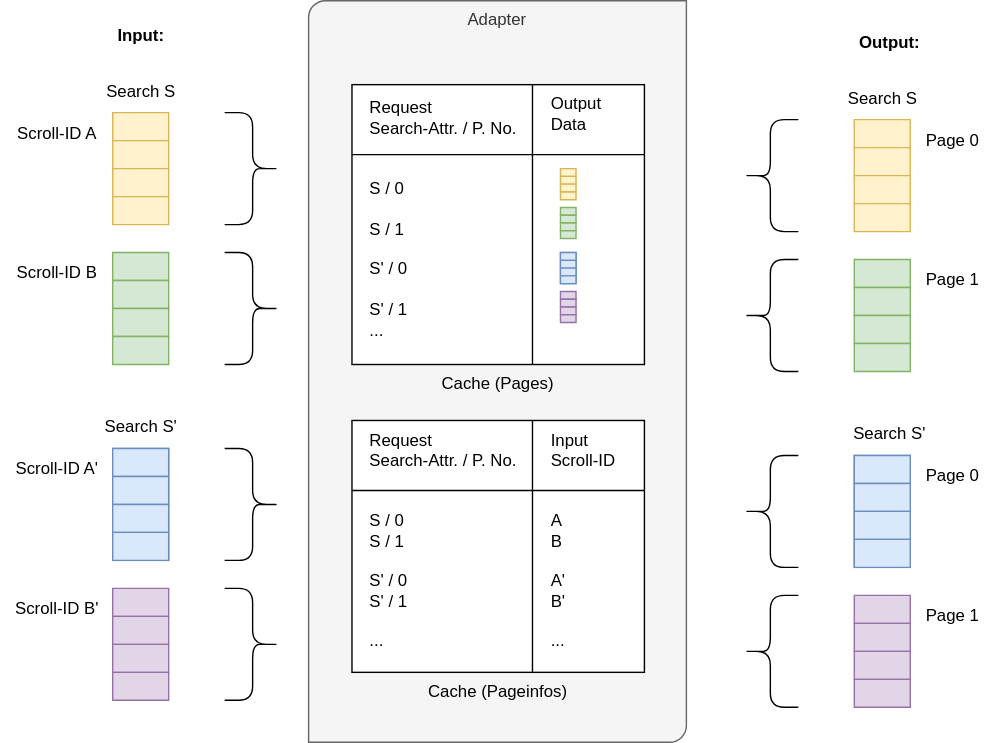
Earlier version of the draw.io export images/ScrollIdToPagingWithCache.svg (cwahlmann/searchadapter). Source tidied: cells renumbered, new cells last; positions are measured from the earlier drawing's top-left corner, leaving out a move shared by most shapes.
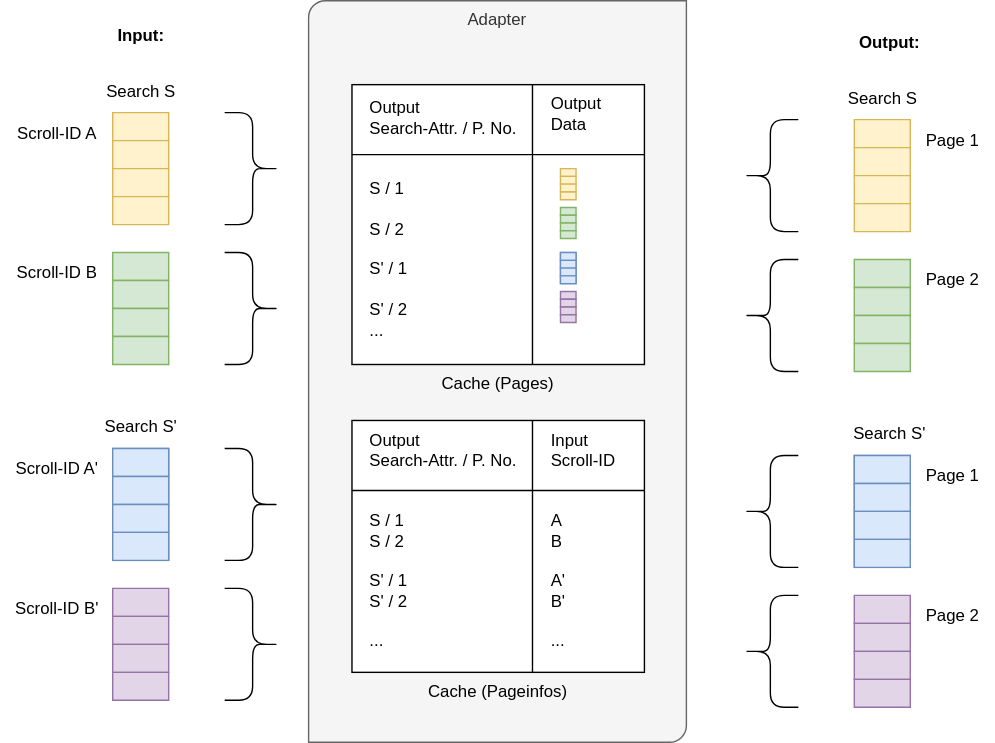
The same file after the commit.

What changed in the source:
```diff
@@ -5,7 +5,7 @@
     <mxCell id="2" value="Scroll-ID A" style="text;html=1;align=center;verticalAlign=middle;strokeColor=none;fillColor=none;" parent="1" vertex="1">
       <mxGeometry y="80" width="80" height="30" as="geometry" />
     </mxCell>
-    <mxCell id="3" value="Page 0" style="text;html=1;align=center;verticalAlign=middle;strokeColor=none;fillColor=none;" parent="1" vertex="1">
+    <mxCell id="3" value="Page 1" style="text;html=1;align=center;verticalAlign=middle;strokeColor=none;fillColor=none;" parent="1" vertex="1">
       <mxGeometry x="650" y="85" width="60" height="30" as="geometry" />
     </mxCell>
     <mxCell id="4" value="Adapter" style="verticalLabelPosition=middle;verticalAlign=top;html=1;shape=mxgraph.basic.diag_round_rect;dx=6;whiteSpace=wrap;labelPosition=center;align=center;fillColor=#f5f5f5;fontColor=#333333;strokeColor=#666666;" parent="1" vertex="1">
@@ -29,7 +29,7 @@
     <mxCell id="10" value="Scroll-ID B" style="text;html=1;align=center;verticalAlign=middle;strokeColor=none;fillColor=none;" parent="1" vertex="1">
       <mxGeometry y="180" width="80" height="30" as="geometry" />
     </mxCell>
-    <mxCell id="11" value="Page 1" style="text;html=1;align=center;verticalAlign=middle;strokeColor=none;fillColor=none;" parent="1" vertex="1">
+    <mxCell id="11" value="Page 2" style="text;html=1;align=center;verticalAlign=middle;strokeColor=none;fillColor=none;" parent="1" vertex="1">
       <mxGeometry x="650" y="185" width="60" height="30" as="geometry" />
     </mxCell>
     <mxCell id="12" style="shape=curlyBracket;whiteSpace=wrap;html=1;rounded=1;flipH=1;labelPosition=right;verticalLabelPosition=middle;align=left;verticalAlign=middle;rotation=-180;" parent="1" vertex="1">
@@ -125,13 +125,13 @@
     <mxCell id="42" style="verticalLabelPosition=middle;verticalAlign=middle;html=1;shape=mxgraph.basic.rect;fillColor2=none;strokeWidth=1;size=20;indent=5;labelPosition=center;align=center;fillColor=#e1d5e7;strokeColor=#9673a6;" parent="1" vertex="1">
       <mxGeometry x="610" y="485" width="40" height="20" as="geometry" />
     </mxCell>
-    <mxCell id="43" value="Page 0" style="text;html=1;align=center;verticalAlign=middle;strokeColor=none;fillColor=none;" parent="1" vertex="1">
+    <mxCell id="43" value="Page 1" style="text;html=1;align=center;verticalAlign=middle;strokeColor=none;fillColor=none;" parent="1" vertex="1">
       <mxGeometry x="650" y="325" width="60" height="30" as="geometry" />
     </mxCell>
     <mxCell id="44" style="shape=curlyBracket;whiteSpace=wrap;html=1;rounded=1;flipH=1;labelPosition=right;verticalLabelPosition=middle;align=left;verticalAlign=middle;rotation=-180;" parent="1" vertex="1">
       <mxGeometry x="530" y="325" width="40" height="80" as="geometry" />
     </mxCell>
-    <mxCell id="45" value="Page 1" style="text;html=1;align=center;verticalAlign=middle;strokeColor=none;fillColor=none;" parent="1" vertex="1">
+    <mxCell id="45" value="Page 2" style="text;html=1;align=center;verticalAlign=middle;strokeColor=none;fillColor=none;" parent="1" vertex="1">
       <mxGeometry x="650" y="425" width="60" height="30" as="geometry" />
     </mxCell>
     <mxCell id="46" style="shape=curlyBracket;whiteSpace=wrap;html=1;rounded=1;flipH=1;labelPosition=right;verticalLabelPosition=middle;align=left;verticalAlign=middle;rotation=-180;" parent="1" vertex="1">
@@ -194,7 +194,7 @@
     <mxCell id="65" value="Cache (Pageinfos)" style="shape=internalStorage;whiteSpace=wrap;html=1;backgroundOutline=1;labelPosition=center;verticalLabelPosition=bottom;align=center;verticalAlign=top;dx=129;dy=50;" parent="64" vertex="1">
       <mxGeometry width="209" height="180" as="geometry" />
     </mxCell>
-    <mxCell id="66" value="&lt;div style=&quot;text-align: left;&quot;&gt;&lt;br&gt;&lt;/div&gt;&lt;font style=&quot;font-size: 12px;&quot;&gt;&lt;div style=&quot;text-align: left;&quot;&gt;Request&lt;/div&gt;&lt;div style=&quot;text-align: left;&quot;&gt;Search-Attr. / P. No.&lt;/div&gt;&lt;div style=&quot;text-align: left;&quot;&gt;&lt;br&gt;&lt;/div&gt;&lt;div style=&quot;text-align: left;&quot;&gt;&lt;span style=&quot;background-color: initial;&quot;&gt;&lt;br&gt;&lt;/span&gt;&lt;/div&gt;&lt;div style=&quot;text-align: left;&quot;&gt;&lt;span style=&quot;background-color: initial;&quot;&gt;S / 0&lt;/span&gt;&lt;/div&gt;&lt;div style=&quot;text-align: left;&quot;&gt;&lt;span style=&quot;background-color: initial;&quot;&gt;S / 1&lt;/span&gt;&lt;/div&gt;&lt;div style=&quot;text-align: left;&quot;&gt;&lt;br&gt;&lt;/div&gt;&lt;div style=&quot;text-align: left;&quot;&gt;&lt;div&gt;&lt;span style=&quot;background-color: initial;&quot;&gt;S' / 0&lt;/span&gt;&lt;/div&gt;&lt;div&gt;&lt;span style=&quot;background-color: initial;&quot;&gt;S' / 1&lt;/span&gt;&lt;/div&gt;&lt;div&gt;&lt;br&gt;&lt;/div&gt;&lt;div&gt;...&lt;/div&gt;&lt;/div&gt;&lt;/font&gt;" style="text;html=1;align=center;verticalAlign=middle;strokeColor=none;fillColor=none;fontSize=2;" parent="64" vertex="1">
+    <mxCell id="66" value="&lt;div style=&quot;text-align: left;&quot;&gt;&lt;br&gt;&lt;/div&gt;&lt;font style=&quot;font-size: 12px;&quot;&gt;&lt;div style=&quot;text-align: left;&quot;&gt;Output&lt;/div&gt;&lt;div style=&quot;text-align: left;&quot;&gt;Search-Attr. / P. No.&lt;/div&gt;&lt;div style=&quot;text-align: left;&quot;&gt;&lt;br&gt;&lt;/div&gt;&lt;div style=&quot;text-align: left;&quot;&gt;&lt;span style=&quot;background-color: initial;&quot;&gt;&lt;br&gt;&lt;/span&gt;&lt;/div&gt;&lt;div style=&quot;text-align: left;&quot;&gt;&lt;span style=&quot;background-color: initial;&quot;&gt;S / 1&lt;/span&gt;&lt;/div&gt;&lt;div style=&quot;text-align: left;&quot;&gt;&lt;span style=&quot;background-color: initial;&quot;&gt;S / 2&lt;/span&gt;&lt;/div&gt;&lt;div style=&quot;text-align: left;&quot;&gt;&lt;br&gt;&lt;/div&gt;&lt;div style=&quot;text-align: left;&quot;&gt;&lt;div&gt;&lt;span style=&quot;background-color: initial;&quot;&gt;S' / 1&lt;/span&gt;&lt;/div&gt;&lt;div&gt;&lt;span style=&quot;background-color: initial;&quot;&gt;S' / 2&lt;/span&gt;&lt;/div&gt;&lt;div&gt;&lt;br&gt;&lt;/div&gt;&lt;div&gt;...&lt;/div&gt;&lt;/div&gt;&lt;/font&gt;" style="text;html=1;align=center;verticalAlign=middle;strokeColor=none;fillColor=none;fontSize=2;" parent="64" vertex="1">
       <mxGeometry width="130" height="170" as="geometry" />
     </mxCell>
     <mxCell id="67" value="&lt;div style=&quot;text-align: left;&quot;&gt;&lt;br&gt;&lt;/div&gt;&lt;font style=&quot;font-size: 12px;&quot;&gt;&lt;div style=&quot;text-align: left;&quot;&gt;Input&lt;br&gt;Scroll-ID&lt;/div&gt;&lt;div style=&quot;text-align: left;&quot;&gt;&lt;br&gt;&lt;/div&gt;&lt;div style=&quot;text-align: left;&quot;&gt;&lt;br&gt;&lt;/div&gt;&lt;div style=&quot;text-align: left;&quot;&gt;&lt;span style=&quot;background-color: initial;&quot;&gt;A&lt;/span&gt;&lt;/div&gt;&lt;div style=&quot;text-align: left;&quot;&gt;&lt;span style=&quot;background-color: initial;&quot;&gt;B&lt;/span&gt;&lt;/div&gt;&lt;div style=&quot;text-align: left;&quot;&gt;&lt;span style=&quot;background-color: initial;&quot;&gt;&lt;br&gt;&lt;/span&gt;&lt;/div&gt;&lt;div style=&quot;text-align: left;&quot;&gt;&lt;span style=&quot;background-color: initial;&quot;&gt;A'&lt;/span&gt;&lt;/div&gt;&lt;div style=&quot;text-align: left;&quot;&gt;&lt;span style=&quot;background-color: initial;&quot;&gt;B'&lt;/span&gt;&lt;/div&gt;&lt;div style=&quot;text-align: left;&quot;&gt;&lt;span style=&quot;background-color: initial;&quot;&gt;&lt;br&gt;&lt;/span&gt;&lt;/div&gt;&lt;div style=&quot;text-align: left;&quot;&gt;&lt;span style=&quot;background-color: initial;&quot;&gt;...&lt;/span&gt;&lt;br&gt;&lt;/div&gt;&lt;/font&gt;" style="text;html=1;align=center;verticalAlign=middle;strokeColor=none;fillColor=none;fontSize=2;" parent="64" vertex="1">
@@ -206,7 +206,7 @@
     <mxCell id="69" value="Cache (Pages)" style="shape=internalStorage;whiteSpace=wrap;html=1;backgroundOutline=1;labelPosition=center;verticalLabelPosition=bottom;align=center;verticalAlign=top;dx=129;dy=50;" parent="68" vertex="1">
       <mxGeometry width="209" height="200" as="geometry" />
     </mxCell>
-    <mxCell id="70" value="&lt;div style=&quot;text-align: left;&quot;&gt;&lt;br&gt;&lt;/div&gt;&lt;font style=&quot;font-size: 12px;&quot;&gt;&lt;div style=&quot;text-align: left;&quot;&gt;Request&lt;/div&gt;&lt;div style=&quot;text-align: left;&quot;&gt;Search-Attr. / P. No.&lt;/div&gt;&lt;div style=&quot;text-align: left;&quot;&gt;&lt;br&gt;&lt;/div&gt;&lt;div style=&quot;text-align: left;&quot;&gt;&lt;span style=&quot;background-color: initial;&quot;&gt;&lt;br&gt;&lt;/span&gt;&lt;/div&gt;&lt;div style=&quot;text-align: left;&quot;&gt;&lt;span style=&quot;background-color: initial;&quot;&gt;S / 0&lt;/span&gt;&lt;br&gt;&lt;/div&gt;&lt;div style=&quot;text-align: left;&quot;&gt;&lt;span style=&quot;background-color: initial;&quot;&gt;&lt;br&gt;&lt;/span&gt;&lt;/div&gt;&lt;div style=&quot;text-align: left;&quot;&gt;&lt;span style=&quot;background-color: initial;&quot;&gt;S / 1&lt;/span&gt;&lt;br&gt;&lt;/div&gt;&lt;div style=&quot;text-align: left;&quot;&gt;&lt;br&gt;&lt;/div&gt;&lt;div style=&quot;text-align: left;&quot;&gt;&lt;span style=&quot;background-color: initial;&quot;&gt;S' / 0&lt;/span&gt;&lt;br&gt;&lt;/div&gt;&lt;div style=&quot;text-align: left;&quot;&gt;&lt;span style=&quot;background-color: initial;&quot;&gt;&lt;br&gt;&lt;/span&gt;&lt;/div&gt;&lt;div style=&quot;text-align: left;&quot;&gt;&lt;span style=&quot;background-color: initial;&quot;&gt;S' / 1&lt;/span&gt;&lt;/div&gt;&lt;div style=&quot;text-align: left;&quot;&gt;&lt;span style=&quot;background-color: initial;&quot;&gt;...&lt;/span&gt;&lt;br&gt;&lt;/div&gt;&lt;/font&gt;" style="text;html=1;align=center;verticalAlign=middle;strokeColor=none;fillColor=none;fontSize=2;" parent="68" vertex="1">
+    <mxCell id="70" value="&lt;div style=&quot;text-align: left;&quot;&gt;&lt;br&gt;&lt;/div&gt;&lt;font style=&quot;font-size: 12px;&quot;&gt;&lt;div style=&quot;text-align: left;&quot;&gt;Output&lt;/div&gt;&lt;div style=&quot;text-align: left;&quot;&gt;Search-Attr. / P. No.&lt;/div&gt;&lt;div style=&quot;text-align: left;&quot;&gt;&lt;br&gt;&lt;/div&gt;&lt;div style=&quot;text-align: left;&quot;&gt;&lt;span style=&quot;background-color: initial;&quot;&gt;&lt;br&gt;&lt;/span&gt;&lt;/div&gt;&lt;div style=&quot;text-align: left;&quot;&gt;&lt;span style=&quot;background-color: initial;&quot;&gt;S / 1&lt;/span&gt;&lt;br&gt;&lt;/div&gt;&lt;div style=&quot;text-align: left;&quot;&gt;&lt;span style=&quot;background-color: initial;&quot;&gt;&lt;br&gt;&lt;/span&gt;&lt;/div&gt;&lt;div style=&quot;text-align: left;&quot;&gt;&lt;span style=&quot;background-color: initial;&quot;&gt;S / 2&lt;/span&gt;&lt;br&gt;&lt;/div&gt;&lt;div style=&quot;text-align: left;&quot;&gt;&lt;br&gt;&lt;/div&gt;&lt;div style=&quot;text-align: left;&quot;&gt;&lt;span style=&quot;background-color: initial;&quot;&gt;S' / 1&lt;/span&gt;&lt;br&gt;&lt;/div&gt;&lt;div style=&quot;text-align: left;&quot;&gt;&lt;span style=&quot;background-color: initial;&quot;&gt;&lt;br&gt;&lt;/span&gt;&lt;/div&gt;&lt;div style=&quot;text-align: left;&quot;&gt;&lt;span style=&quot;background-color: initial;&quot;&gt;S' / 2&lt;/span&gt;&lt;/div&gt;&lt;div style=&quot;text-align: left;&quot;&gt;&lt;span style=&quot;background-color: initial;&quot;&gt;...&lt;/span&gt;&lt;br&gt;&lt;/div&gt;&lt;/font&gt;" style="text;html=1;align=center;verticalAlign=middle;strokeColor=none;fillColor=none;fontSize=2;" parent="68" vertex="1">
       <mxGeometry width="130" height="190" as="geometry" />
     </mxCell>
     <mxCell id="71" style="group;" parent="68" vertex="1">
```
